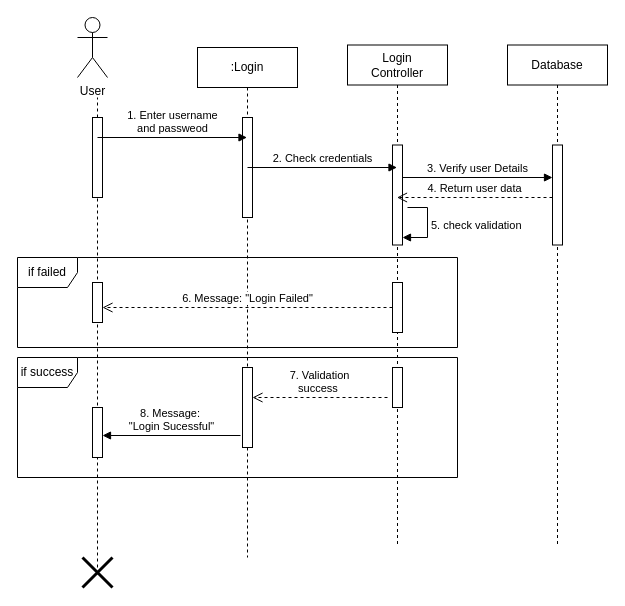
Earlier version of the draw.io diagram page "Login" (2 of 15) of Sequence Diagram.drawio (shamim36/Final-Defence-Diagram). Source tidied: cells renumbered, new cells numbered last; positions are measured from the earlier drawing's top-left corner, leaving out a move shared by most shapes. Both pictures are drawn from the tidied source at 100%, with x=0, y=0 at pixel (17, 17).
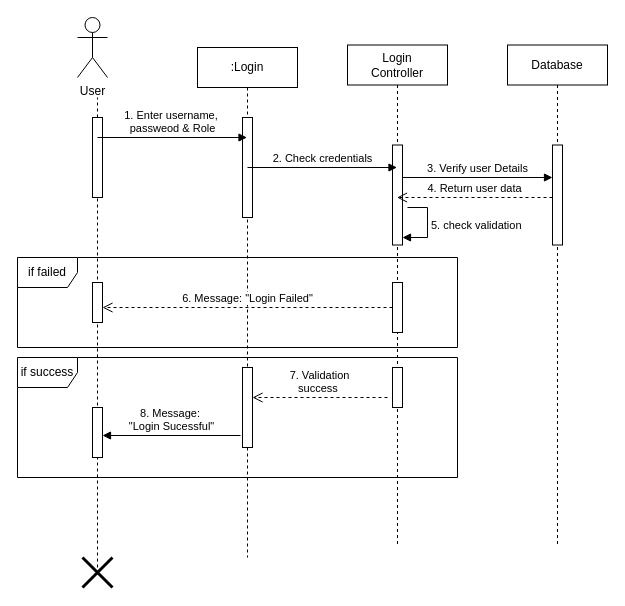
The same diagram, later.

The change refers to these unchanged cells:
```xml
<mxCell id="2" value=":Login" style="shape=umlLifeline;perimeter=lifelinePerimeter;whiteSpace=wrap;html=1;outlineConnect=0;portConstraint=eastwest;newEdgeStyle={&quot;edgeStyle&quot;:&quot;elbowEdgeStyle&quot;,&quot;elbow&quot;:&quot;vertical&quot;,&quot;curved&quot;:0,&quot;rounded&quot;:0};" parent="1" vertex="1">
  <mxGeometry x="180" y="30" width="100" height="510" as="geometry" />
</mxCell>
```

What changed in the source:
```diff
@@
-    <mxCell id="11" value="1. Enter username&lt;div&gt;and passweod&lt;/div&gt;" style="html=1;verticalAlign=bottom;endArrow=block;curved=0;rounded=0;" parent="1" edge="1" target="2">
+    <mxCell id="11" value="1. Enter username,&amp;nbsp;&lt;div&gt;&lt;span style=&quot;background-color: light-dark(#ffffff, var(--ge-dark-color, #121212)); color: light-dark(rgb(0, 0, 0), rgb(255, 255, 255));&quot;&gt;passweod &amp;amp; Role&lt;/span&gt;&lt;/div&gt;" style="html=1;verticalAlign=bottom;endArrow=block;curved=0;rounded=0;" parent="1" edge="1" target="2">
       <mxGeometry relative="1" as="geometry">
         <mxPoint x="80" y="120" as="sourcePoint" />
       </mxGeometry>
     </mxCell>
```
